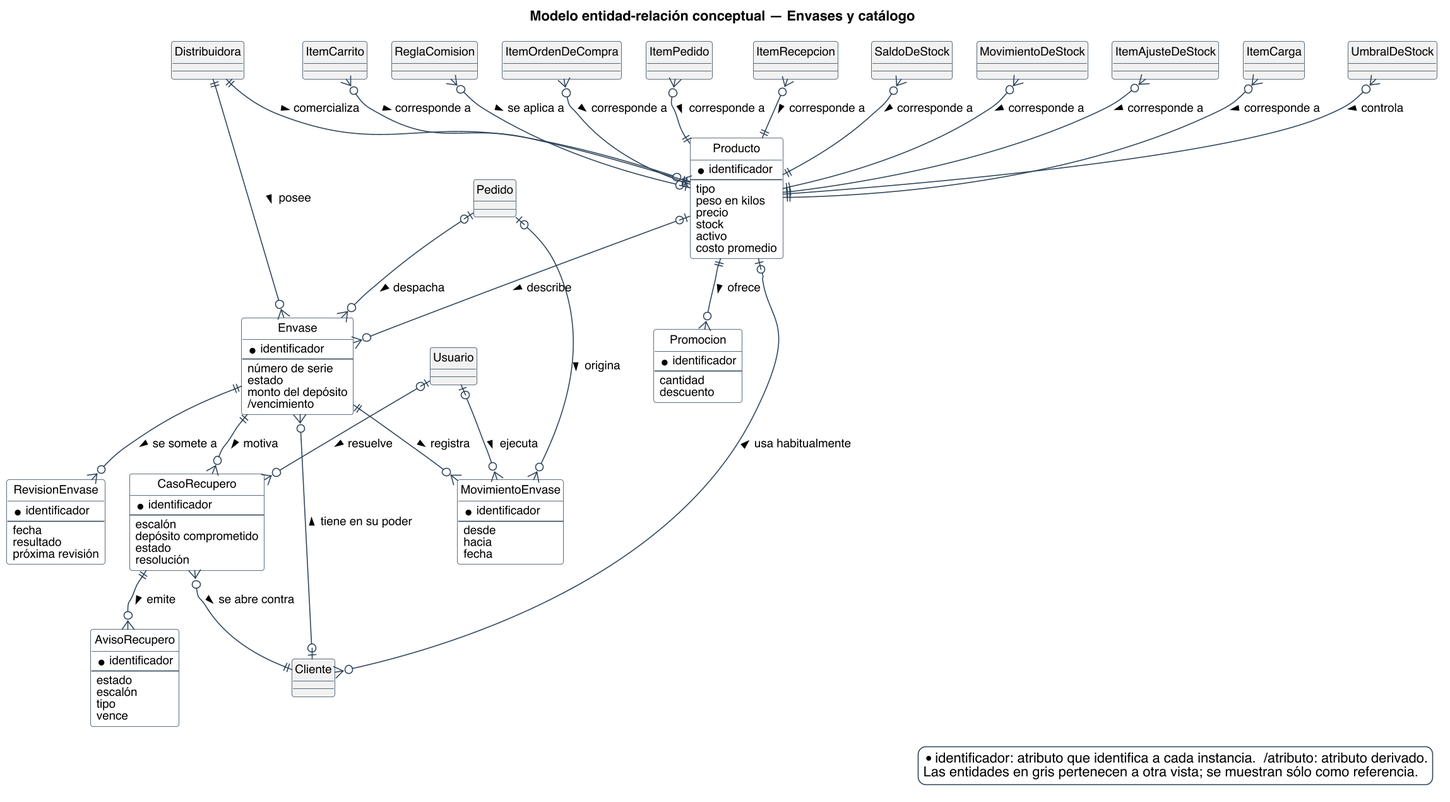
Earlier version of the PlantUML export diagramas/base-de-datos/conceptual/SPLG-der-05-envases-y-catalogo.png (Nahuelito-Dev/splg-docs).
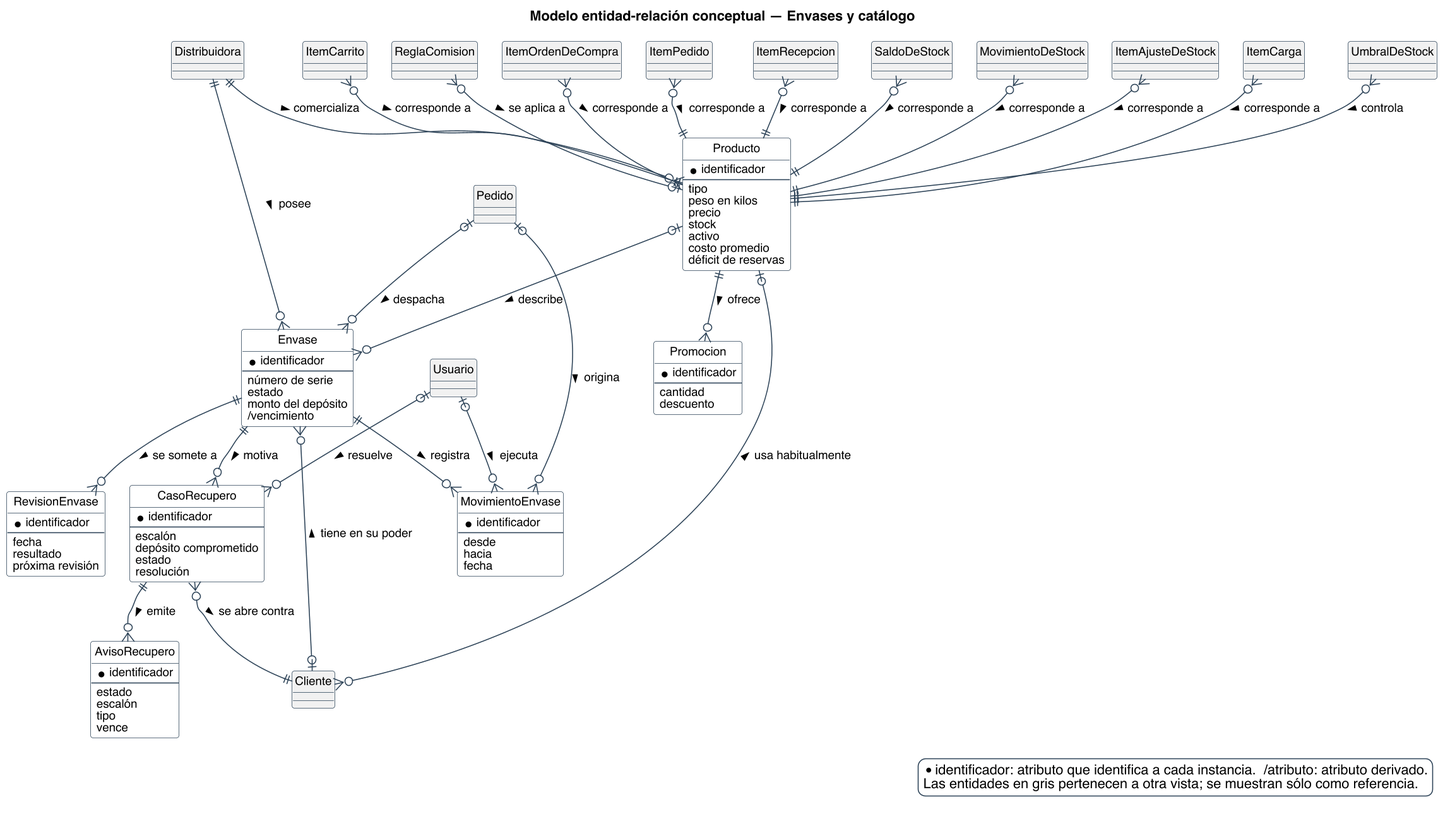
After the change.

What changed in the source:
```diff
@@ -41,6 +41,7 @@
   {field} stock
   {field} activo
   {field} costo promedio
+  {field} déficit de reservas
 }
 entity Promocion {
   * identificador
```
